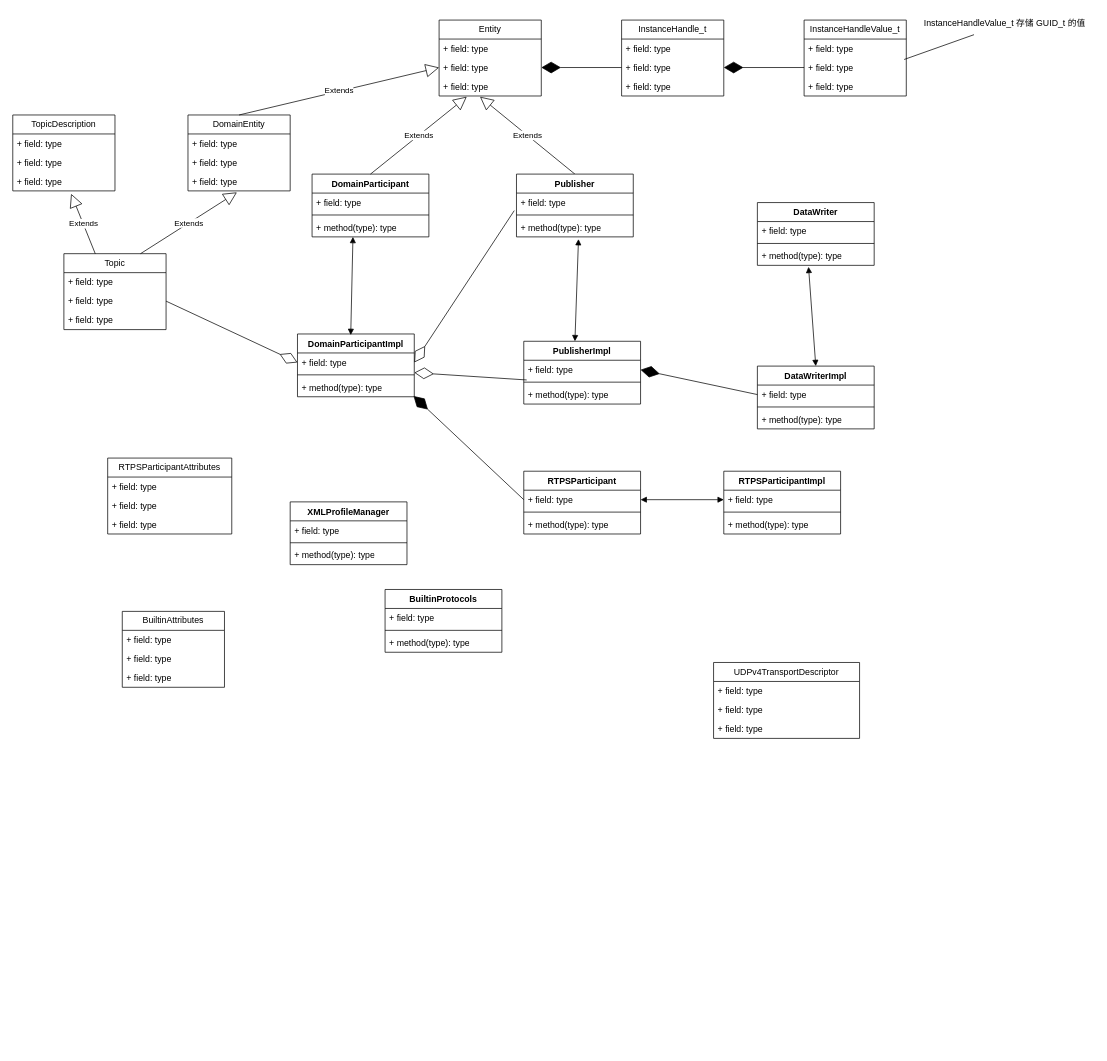
Above: fastdds/v2.8.2/fastdds_fastrtps_classes.drawio in hexu1985/Collection.Of.Cpp.Utility.Tools (draw.io), before the change. Source tidied: cells renumbered, new cells numbered last; positions are measured from the earlier drawing's top-left corner, leaving out a move shared by most shapes. Both pictures are drawn from the tidied source at 73%, with x=0, y=0 at pixel (12, 12).
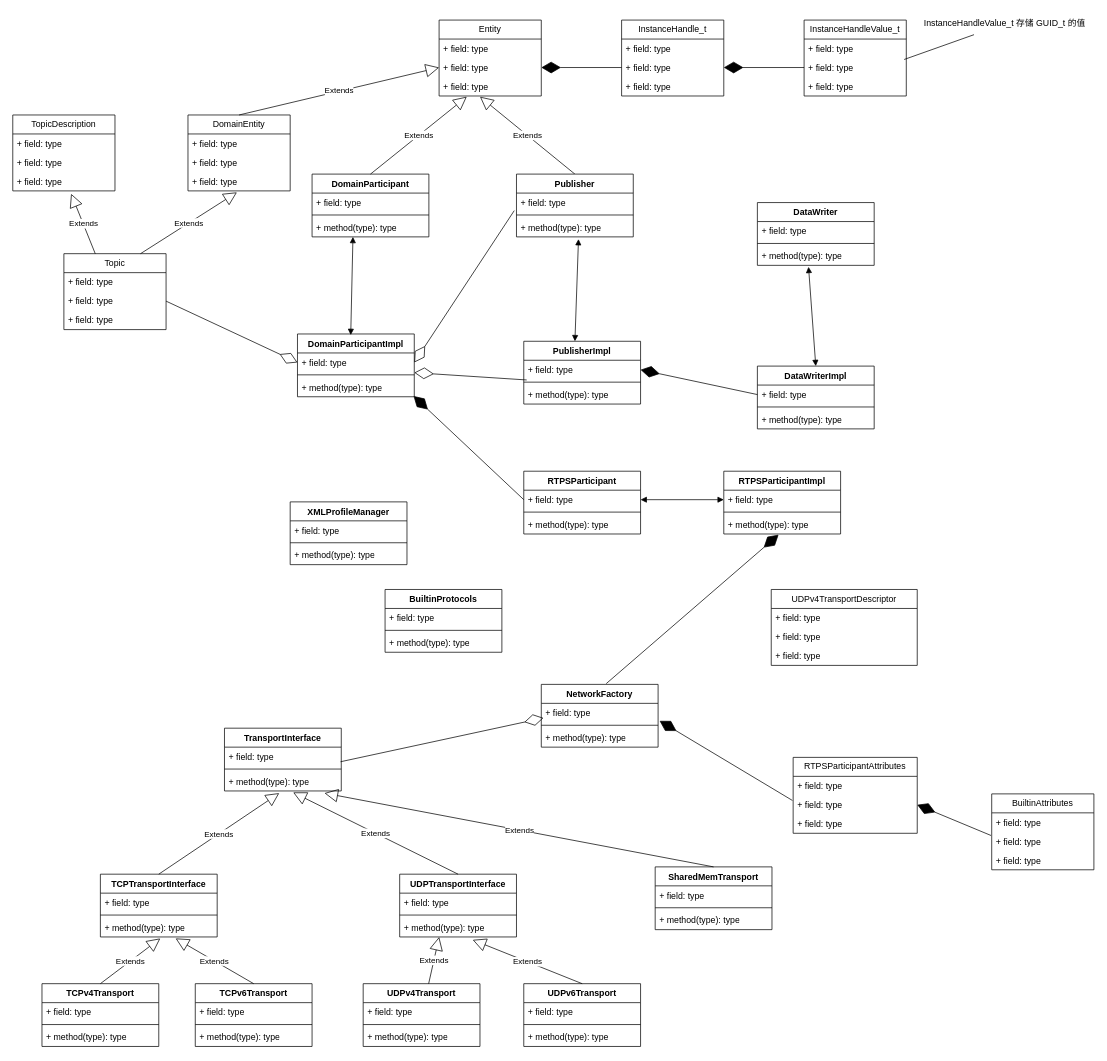
The same page after the edit.

The change refers to these unchanged cells:
```xml
<mxCell id="8" value="+ field: type" style="text;strokeColor=none;fillColor=none;align=left;verticalAlign=top;spacingLeft=4;spacingRight=4;overflow=hidden;points=[[0,0.5],[1,0.5]];portConstraint=eastwest;whiteSpace=wrap;html=1;" parent="6" vertex="1">
  <mxGeometry y="52" width="140" height="26" as="geometry" />
</mxCell>
<mxCell id="80" value="+ field: type" style="text;strokeColor=none;fillColor=none;align=left;verticalAlign=top;spacingLeft=4;spacingRight=4;overflow=hidden;points=[[0,0.5],[1,0.5]];portConstraint=eastwest;whiteSpace=wrap;html=1;" parent="78" vertex="1">
  <mxGeometry y="52" width="170" height="26" as="geometry" />
</mxCell>
<mxCell id="85" value="+ method(type): type" style="text;strokeColor=none;fillColor=none;align=left;verticalAlign=top;spacingLeft=4;spacingRight=4;overflow=hidden;points=[[0,0.5],[1,0.5]];portConstraint=eastwest;whiteSpace=wrap;html=1;" parent="82" vertex="1">
  <mxGeometry y="60" width="160" height="26" as="geometry" />
</mxCell>
```

Diff of the diagram source:
```diff
@@
     <mxCell id="6" value="BuiltinAttributes" style="swimlane;fontStyle=0;horizontal=1;startSize=26;fillColor=none;whiteSpace=wrap;html=1;" parent="1" vertex="1">
-      <mxGeometry x="150" y="820" width="140" height="104" as="geometry" />
+      <mxGeometry x="1341" y="1070" width="140" height="104" as="geometry" />
     </mxCell>
@@
     <mxCell id="78" value="RTPSParticipantAttributes" style="swimlane;fontStyle=0;horizontal=1;startSize=26;fillColor=none;whiteSpace=wrap;html=1;" parent="1" vertex="1">
-      <mxGeometry x="130" y="610" width="170" height="104" as="geometry" />
+      <mxGeometry x="1069" y="1020" width="170" height="104" as="geometry" />
     </mxCell>
@@
     <mxCell id="92" value="UDPv4TransportDescriptor" style="swimlane;fontStyle=0;horizontal=1;startSize=26;fillColor=none;whiteSpace=wrap;html=1;" parent="1" vertex="1">
-      <mxGeometry x="960" y="890" width="200" height="104" as="geometry" />
+      <mxGeometry x="1039" y="790" width="200" height="104" as="geometry" />
     </mxCell>
@@
+    <mxCell id="96" value="NetworkFactory" style="swimlane;fontStyle=1;align=center;verticalAlign=top;horizontal=1;startSize=26;whiteSpace=wrap;html=1;" parent="1" vertex="1">
+      <mxGeometry x="724" y="920" width="160" height="86" as="geometry" />
+    </mxCell>
+    <mxCell id="97" value="+ field: type" style="text;strokeColor=none;fillColor=none;align=left;verticalAlign=top;spacingLeft=4;spacingRight=4;overflow=hidden;points=[[0,0.5],[1,0.5]];portConstraint=eastwest;whiteSpace=wrap;html=1;" parent="96" vertex="1">
+      <mxGeometry y="26" width="160" height="26" as="geometry" />
+    </mxCell>
+    <mxCell id="98" style="line;strokeWidth=1;fillColor=none;align=left;verticalAlign=middle;spacingTop=-1;spacingLeft=3;spacingRight=3;labelPosition=right;strokeColor=inherit;" parent="96" vertex="1">
+      <mxGeometry y="52" width="160" height="8" as="geometry" />
+    </mxCell>
+    <mxCell id="99" value="+ method(type): type" style="text;strokeColor=none;fillColor=none;align=left;verticalAlign=top;spacingLeft=4;spacingRight=4;overflow=hidden;whiteSpace=wrap;html=1;" parent="96" vertex="1">
+      <mxGeometry y="60" width="160" height="26" as="geometry" />
+    </mxCell>
+    <mxCell id="100" value="TransportInterface" style="swimlane;fontStyle=1;align=center;verticalAlign=top;horizontal=1;startSize=26;whiteSpace=wrap;html=1;" parent="1" vertex="1">
+      <mxGeometry x="290" y="980" width="160" height="86" as="geometry" />
+    </mxCell>
+    <mxCell id="101" value="+ field: type" style="text;strokeColor=none;fillColor=none;align=left;verticalAlign=top;spacingLeft=4;spacingRight=4;overflow=hidden;points=[[0,0.5],[1,0.5]];portConstraint=eastwest;whiteSpace=wrap;html=1;" parent="100" vertex="1">
+      <mxGeometry y="26" width="160" height="26" as="geometry" />
+    </mxCell>
+    <mxCell id="102" style="line;strokeWidth=1;fillColor=none;align=left;verticalAlign=middle;spacingTop=-1;spacingLeft=3;spacingRight=3;labelPosition=right;strokeColor=inherit;" parent="100" vertex="1">
+      <mxGeometry y="52" width="160" height="8" as="geometry" />
+    </mxCell>
+    <mxCell id="103" value="+ method(type): type" style="text;strokeColor=none;fillColor=none;align=left;verticalAlign=top;spacingLeft=4;spacingRight=4;overflow=hidden;points=[[0,0.5],[1,0.5]];portConstraint=eastwest;whiteSpace=wrap;html=1;" parent="100" vertex="1">
+      <mxGeometry y="60" width="160" height="26" as="geometry" />
+    </mxCell>
+    <mxCell id="104" value="TCPTransportInterface" style="swimlane;fontStyle=1;align=center;verticalAlign=top;horizontal=1;startSize=26;whiteSpace=wrap;html=1;" parent="1" vertex="1">
+      <mxGeometry x="120" y="1180" width="160" height="86" as="geometry" />
+    </mxCell>
+    <mxCell id="105" value="+ field: type" style="text;strokeColor=none;fillColor=none;align=left;verticalAlign=top;spacingLeft=4;spacingRight=4;overflow=hidden;whiteSpace=wrap;html=1;" parent="104" vertex="1">
+      <mxGeometry y="26" width="160" height="26" as="geometry" />
+    </mxCell>
+    <mxCell id="106" style="line;strokeWidth=1;fillColor=none;align=left;verticalAlign=middle;spacingTop=-1;spacingLeft=3;spacingRight=3;labelPosition=right;strokeColor=inherit;" parent="104" vertex="1">
+      <mxGeometry y="52" width="160" height="8" as="geometry" />
+    </mxCell>
+    <mxCell id="107" value="+ method(type): type" style="text;strokeColor=none;fillColor=none;align=left;verticalAlign=top;spacingLeft=4;spacingRight=4;overflow=hidden;points=[[0,0.5],[1,0.5]];portConstraint=eastwest;whiteSpace=wrap;html=1;" parent="104" vertex="1">
+      <mxGeometry y="60" width="160" height="26" as="geometry" />
+    </mxCell>
+    <mxCell id="108" value="Extends" style="endArrow=block;endSize=16;endFill=0;html=1;rounded=0;exitX=0.5;exitY=0;exitDx=0;exitDy=0;entryX=0.469;entryY=1.115;entryDx=0;entryDy=0;entryPerimeter=0;" parent="1" edge="1" source="104" target="103">
+      <mxGeometry relative="1" as="geometry" />
+    </mxCell>
+    <mxCell id="109" value="TCPv4Transport" style="swimlane;fontStyle=1;align=center;verticalAlign=top;horizontal=1;startSize=26;whiteSpace=wrap;html=1;" parent="1" vertex="1">
+      <mxGeometry x="40" y="1330" width="160" height="86" as="geometry" />
+    </mxCell>
+    <mxCell id="110" value="+ field: type" style="text;strokeColor=none;fillColor=none;align=left;verticalAlign=top;spacingLeft=4;spacingRight=4;overflow=hidden;whiteSpace=wrap;html=1;" parent="109" vertex="1">
+      <mxGeometry y="26" width="160" height="26" as="geometry" />
+    </mxCell>
+    <mxCell id="111" style="line;strokeWidth=1;fillColor=none;align=left;verticalAlign=middle;spacingTop=-1;spacingLeft=3;spacingRight=3;labelPosition=right;strokeColor=inherit;" parent="109" vertex="1">
+      <mxGeometry y="52" width="160" height="8" as="geometry" />
+    </mxCell>
+    <mxCell id="112" value="+ method(type): type" style="text;strokeColor=none;fillColor=none;align=left;verticalAlign=top;spacingLeft=4;spacingRight=4;overflow=hidden;whiteSpace=wrap;html=1;" parent="109" vertex="1">
+      <mxGeometry y="60" width="160" height="26" as="geometry" />
+    </mxCell>
+    <mxCell id="113" value="TCPv6Transport" style="swimlane;fontStyle=1;align=center;verticalAlign=top;horizontal=1;startSize=26;whiteSpace=wrap;html=1;" parent="1" vertex="1">
+      <mxGeometry x="250" y="1330" width="160" height="86" as="geometry" />
+    </mxCell>
+    <mxCell id="114" value="+ field: type" style="text;strokeColor=none;fillColor=none;align=left;verticalAlign=top;spacingLeft=4;spacingRight=4;overflow=hidden;whiteSpace=wrap;html=1;" parent="113" vertex="1">
+      <mxGeometry y="26" width="160" height="26" as="geometry" />
+    </mxCell>
+    <mxCell id="115" style="line;strokeWidth=1;fillColor=none;align=left;verticalAlign=middle;spacingTop=-1;spacingLeft=3;spacingRight=3;labelPosition=right;strokeColor=inherit;" parent="113" vertex="1">
+      <mxGeometry y="52" width="160" height="8" as="geometry" />
+    </mxCell>
+    <mxCell id="116" value="+ method(type): type" style="text;strokeColor=none;fillColor=none;align=left;verticalAlign=top;spacingLeft=4;spacingRight=4;overflow=hidden;whiteSpace=wrap;html=1;" parent="113" vertex="1">
+      <mxGeometry y="60" width="160" height="26" as="geometry" />
+    </mxCell>
+    <mxCell id="117" value="Extends" style="endArrow=block;endSize=16;endFill=0;html=1;rounded=0;exitX=0.5;exitY=0;exitDx=0;exitDy=0;entryX=0.513;entryY=1.077;entryDx=0;entryDy=0;entryPerimeter=0;" parent="1" edge="1" source="109" target="107">
+      <mxGeometry relative="1" as="geometry" />
+    </mxCell>
+    <mxCell id="118" value="Extends" style="endArrow=block;endSize=16;endFill=0;html=1;rounded=0;exitX=0.5;exitY=0;exitDx=0;exitDy=0;entryX=0.644;entryY=1.077;entryDx=0;entryDy=0;entryPerimeter=0;" parent="1" edge="1" source="113" target="107">
+      <mxGeometry relative="1" as="geometry" />
+    </mxCell>
+    <mxCell id="119" value="UDPTransportInterface" style="swimlane;fontStyle=1;align=center;verticalAlign=top;horizontal=1;startSize=26;whiteSpace=wrap;html=1;" parent="1" vertex="1">
+      <mxGeometry x="530" y="1180" width="160" height="86" as="geometry" />
+    </mxCell>
+    <mxCell id="120" value="+ field: type" style="text;strokeColor=none;fillColor=none;align=left;verticalAlign=top;spacingLeft=4;spacingRight=4;overflow=hidden;whiteSpace=wrap;html=1;" parent="119" vertex="1">
+      <mxGeometry y="26" width="160" height="26" as="geometry" />
+    </mxCell>
+    <mxCell id="121" style="line;strokeWidth=1;fillColor=none;align=left;verticalAlign=middle;spacingTop=-1;spacingLeft=3;spacingRight=3;labelPosition=right;strokeColor=inherit;" parent="119" vertex="1">
+      <mxGeometry y="52" width="160" height="8" as="geometry" />
+    </mxCell>
+    <mxCell id="122" value="+ method(type): type" style="text;strokeColor=none;fillColor=none;align=left;verticalAlign=top;spacingLeft=4;spacingRight=4;overflow=hidden;points=[[0,0.5],[1,0.5]];portConstraint=eastwest;whiteSpace=wrap;html=1;" parent="119" vertex="1">
+      <mxGeometry y="60" width="160" height="26" as="geometry" />
+    </mxCell>
+    <mxCell id="123" value="UDPv4Transport" style="swimlane;fontStyle=1;align=center;verticalAlign=top;horizontal=1;startSize=26;whiteSpace=wrap;html=1;" parent="1" vertex="1">
+      <mxGeometry x="480" y="1330" width="160" height="86" as="geometry" />
+    </mxCell>
+    <mxCell id="124" value="+ field: type" style="text;strokeColor=none;fillColor=none;align=left;verticalAlign=top;spacingLeft=4;spacingRight=4;overflow=hidden;whiteSpace=wrap;html=1;" parent="123" vertex="1">
+      <mxGeometry y="26" width="160" height="26" as="geometry" />
+    </mxCell>
+    <mxCell id="125" style="line;strokeWidth=1;fillColor=none;align=left;verticalAlign=middle;spacingTop=-1;spacingLeft=3;spacingRight=3;labelPosition=right;strokeColor=inherit;" parent="123" vertex="1">
+      <mxGeometry y="52" width="160" height="8" as="geometry" />
+    </mxCell>
+    <mxCell id="126" value="+ method(type): type" style="text;strokeColor=none;fillColor=none;align=left;verticalAlign=top;spacingLeft=4;spacingRight=4;overflow=hidden;whiteSpace=wrap;html=1;" parent="123" vertex="1">
+      <mxGeometry y="60" width="160" height="26" as="geometry" />
+    </mxCell>
+    <mxCell id="127" value="UDPv6Transport" style="swimlane;fontStyle=1;align=center;verticalAlign=top;horizontal=1;startSize=26;whiteSpace=wrap;html=1;" parent="1" vertex="1">
+      <mxGeometry x="700" y="1330" width="160" height="86" as="geometry" />
+    </mxCell>
+    <mxCell id="128" value="+ field: type" style="text;strokeColor=none;fillColor=none;align=left;verticalAlign=top;spacingLeft=4;spacingRight=4;overflow=hidden;whiteSpace=wrap;html=1;" parent="127" vertex="1">
+      <mxGeometry y="26" width="160" height="26" as="geometry" />
+    </mxCell>
+    <mxCell id="129" style="line;strokeWidth=1;fillColor=none;align=left;verticalAlign=middle;spacingTop=-1;spacingLeft=3;spacingRight=3;labelPosition=right;strokeColor=inherit;" parent="127" vertex="1">
+      <mxGeometry y="52" width="160" height="8" as="geometry" />
+    </mxCell>
+    <mxCell id="130" value="+ method(type): type" style="text;strokeColor=none;fillColor=none;align=left;verticalAlign=top;spacingLeft=4;spacingRight=4;overflow=hidden;whiteSpace=wrap;html=1;" parent="127" vertex="1">
+      <mxGeometry y="60" width="160" height="26" as="geometry" />
+    </mxCell>
+    <mxCell id="131" value="Extends" style="endArrow=block;endSize=16;endFill=0;html=1;rounded=0;entryX=0.338;entryY=1;entryDx=0;entryDy=0;entryPerimeter=0;" parent="1" edge="1" source="123" target="122">
+      <mxGeometry relative="1" as="geometry" />
+    </mxCell>
+    <mxCell id="132" value="Extends" style="endArrow=block;endSize=16;endFill=0;html=1;rounded=0;exitX=0.5;exitY=0;exitDx=0;exitDy=0;entryX=0.625;entryY=1.154;entryDx=0;entryDy=0;entryPerimeter=0;" parent="1" edge="1" source="127" target="122">
+      <mxGeometry relative="1" as="geometry" />
+    </mxCell>
+    <mxCell id="133" value="Extends" style="endArrow=block;endSize=16;endFill=0;html=1;rounded=0;exitX=0.5;exitY=0;exitDx=0;exitDy=0;entryX=0.588;entryY=1.077;entryDx=0;entryDy=0;entryPerimeter=0;" parent="1" edge="1" source="119" target="103">
+      <mxGeometry relative="1" as="geometry" />
+    </mxCell>
+    <mxCell id="134" value="SharedMemTransport" style="swimlane;fontStyle=1;align=center;verticalAlign=top;horizontal=1;startSize=26;whiteSpace=wrap;html=1;" parent="1" vertex="1">
+      <mxGeometry x="880" y="1170" width="160" height="86" as="geometry" />
+    </mxCell>
+    <mxCell id="135" value="+ field: type" style="text;strokeColor=none;fillColor=none;align=left;verticalAlign=top;spacingLeft=4;spacingRight=4;overflow=hidden;whiteSpace=wrap;html=1;" parent="134" vertex="1">
+      <mxGeometry y="26" width="160" height="26" as="geometry" />
+    </mxCell>
+    <mxCell id="136" style="line;strokeWidth=1;fillColor=none;align=left;verticalAlign=middle;spacingTop=-1;spacingLeft=3;spacingRight=3;labelPosition=right;strokeColor=inherit;" parent="134" vertex="1">
+      <mxGeometry y="52" width="160" height="8" as="geometry" />
+    </mxCell>
+    <mxCell id="137" value="+ method(type): type" style="text;strokeColor=none;fillColor=none;align=left;verticalAlign=top;spacingLeft=4;spacingRight=4;overflow=hidden;whiteSpace=wrap;html=1;" parent="134" vertex="1">
+      <mxGeometry y="60" width="160" height="26" as="geometry" />
+    </mxCell>
+    <mxCell id="138" value="Extends" style="endArrow=block;endSize=16;endFill=0;html=1;rounded=0;exitX=0.5;exitY=0;exitDx=0;exitDy=0;entryX=0.856;entryY=1.115;entryDx=0;entryDy=0;entryPerimeter=0;" parent="1" edge="1" source="134" target="103">
+      <mxGeometry relative="1" as="geometry" />
+    </mxCell>
+    <mxCell id="139" style="endArrow=diamondThin;endFill=1;endSize=24;html=1;rounded=0;entryX=0.469;entryY=1.038;entryDx=0;entryDy=0;entryPerimeter=0;exitX=0.556;exitY=-0.012;exitDx=0;exitDy=0;exitPerimeter=0;" parent="1" edge="1" source="96" target="85">
+      <mxGeometry relative="1" as="geometry" />
+    </mxCell>
+    <mxCell id="140" style="endArrow=diamondThin;endFill=1;endSize=24;html=1;rounded=0;exitX=-0.006;exitY=0.269;exitDx=0;exitDy=0;exitPerimeter=0;entryX=1.013;entryY=0.923;entryDx=0;entryDy=0;entryPerimeter=0;" parent="1" edge="1" source="80" target="97">
+      <mxGeometry relative="1" as="geometry" />
+    </mxCell>
+    <mxCell id="141" style="endArrow=diamondThin;endFill=1;endSize=24;html=1;rounded=0;exitX=-0.007;exitY=0.192;exitDx=0;exitDy=0;exitPerimeter=0;entryX=1;entryY=0.5;entryDx=0;entryDy=0;" parent="1" edge="1" source="8" target="80">
+      <mxGeometry relative="1" as="geometry" />
+    </mxCell>
+    <mxCell id="142" style="endArrow=diamondThin;endFill=0;endSize=24;html=1;rounded=0;exitX=0.994;exitY=0.769;exitDx=0;exitDy=0;exitPerimeter=0;entryX=0.019;entryY=0.769;entryDx=0;entryDy=0;entryPerimeter=0;" parent="1" edge="1" source="101" target="97">
+      <mxGeometry relative="1" as="geometry" />
+    </mxCell>
```
